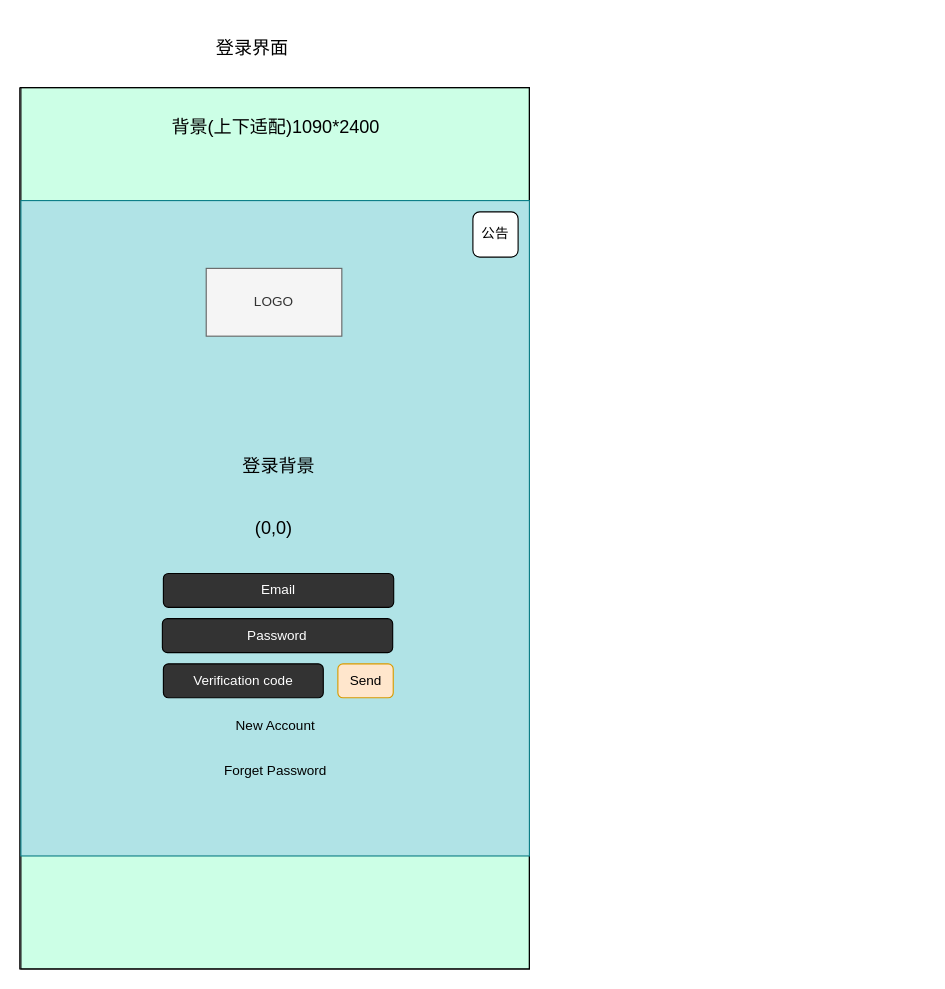
The draw.io diagram page "登录界面" (10 of 11) of Untitled Diagram.drawio in 605682883/flowPhoto, before the edit. Source tidied: cells renumbered, new cells numbered last; positions are measured from the earlier drawing's top-left corner, leaving out a move shared by most shapes. Both pictures are drawn from the tidied source at 113%, with x=0, y=0 at pixel (19, 19).
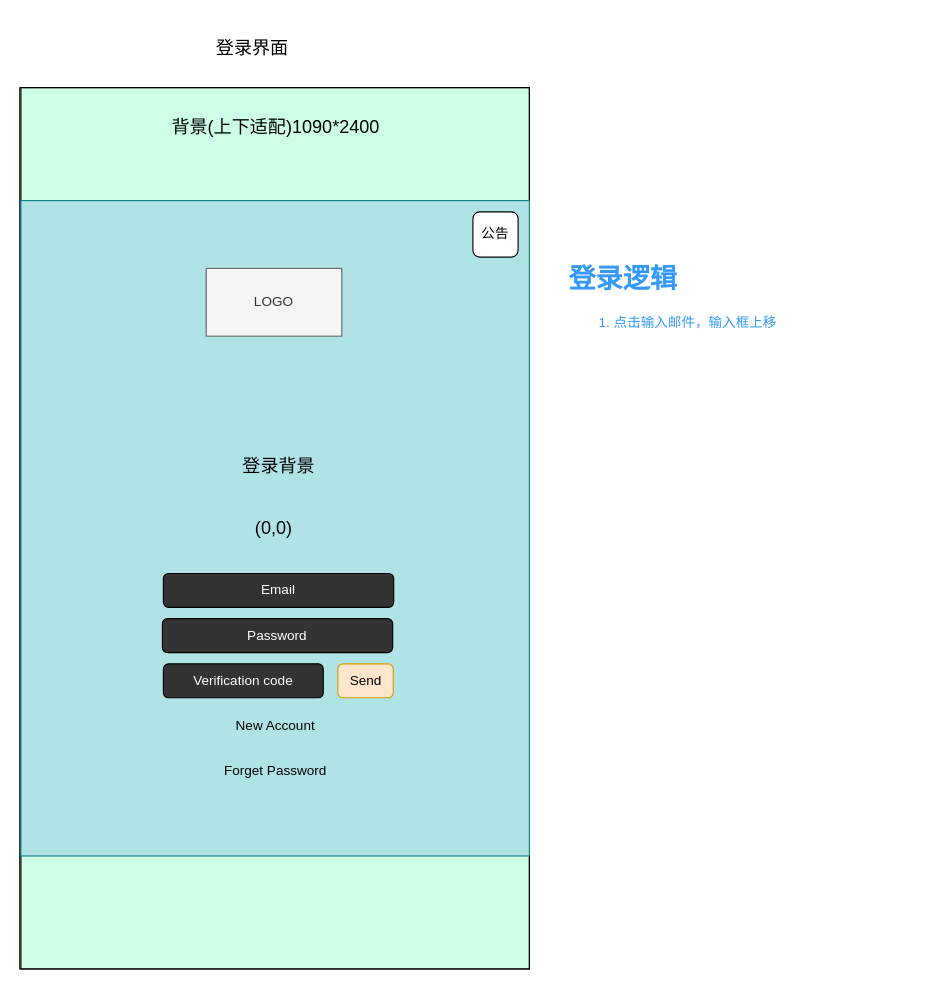
The same diagram, later.

Diff of the diagram source:
```diff
@@
 <mxGraphModel>
   <root>
     <mxCell id="0" />
     <mxCell id="1" parent="0" />
     <mxCell id="2" style="rounded=0;whiteSpace=wrap;html=1;fontSize=16;fillColor=#CCFFE6;" parent="1" vertex="1">
       <mxGeometry x="1" y="60" width="450" height="780" as="geometry" />
     </mxCell>
     <mxCell id="3" value="登录界面" style="text;html=1;strokeColor=none;fillColor=none;align=center;verticalAlign=middle;whiteSpace=wrap;rounded=0;fontSize=16;" parent="1" vertex="1">
       <mxGeometry x="51" width="310" height="50" as="geometry" />
     </mxCell>
     <mxCell id="4" style="swimlane;startSize=0;fontSize=16;" parent="1" vertex="1">
       <mxGeometry y="60" width="451" height="780" as="geometry" />
     </mxCell>
     <mxCell id="5" value="&amp;nbsp;背景(上下适配)1090*2400" style="text;html=1;strokeColor=none;fillColor=none;align=center;verticalAlign=middle;whiteSpace=wrap;rounded=0;fontSize=16;" parent="4" vertex="1">
       <mxGeometry x="120" y="20" width="209" height="30" as="geometry" />
     </mxCell>
     <mxCell id="6" style="rounded=0;whiteSpace=wrap;html=1;fontSize=16;fillColor=#b0e3e6;strokeColor=#0e8088;" parent="4" vertex="1">
       <mxGeometry x="1" y="100" width="450" height="580" as="geometry" />
     </mxCell>
     <mxCell id="7" value="登录背景" style="text;html=1;strokeColor=none;fillColor=none;align=center;verticalAlign=middle;whiteSpace=wrap;rounded=0;fontSize=16;" parent="4" vertex="1">
       <mxGeometry x="171.8" y="320" width="114.5" height="30" as="geometry" />
     </mxCell>
     <mxCell id="8" value="LOGO" style="rounded=0;whiteSpace=wrap;html=1;fillColor=#f5f5f5;fontColor=#333333;strokeColor=#666666;" parent="4" vertex="1">
       <mxGeometry x="165" y="160" width="120" height="60" as="geometry" />
     </mxCell>
     <mxCell id="9" value="公告" style="rounded=1;whiteSpace=wrap;html=1;" parent="4" vertex="1">
       <mxGeometry x="401" y="110" width="40" height="40" as="geometry" />
     </mxCell>
     <mxCell id="10" value="&lt;font color=&quot;#ffffff&quot;&gt;Email&lt;/font&gt;" style="rounded=1;whiteSpace=wrap;html=1;fillColor=#333333;" parent="4" vertex="1">
       <mxGeometry x="127.1" y="430" width="203.8" height="30" as="geometry" />
     </mxCell>
     <mxCell id="11" value="&lt;font color=&quot;#ffffff&quot;&gt;Password&lt;/font&gt;" style="rounded=1;whiteSpace=wrap;html=1;fillColor=#333333;" parent="4" vertex="1">
       <mxGeometry x="126.2" y="470" width="203.8" height="30" as="geometry" />
     </mxCell>
     <mxCell id="12" value="&lt;font color=&quot;#ffffff&quot;&gt;Verification code&lt;/font&gt;" style="rounded=1;whiteSpace=wrap;html=1;fillColor=#333333;" parent="4" vertex="1">
       <mxGeometry x="127.1" y="510" width="141.5" height="30" as="geometry" />
     </mxCell>
     <mxCell id="13" value="Send" style="rounded=1;whiteSpace=wrap;html=1;fillColor=#ffe6cc;strokeColor=#d79b00;" parent="4" vertex="1">
       <mxGeometry x="281.5" y="510" width="49" height="30" as="geometry" />
     </mxCell>
     <mxCell id="14" value="New Account" style="text;html=1;strokeColor=none;fillColor=none;align=center;verticalAlign=middle;whiteSpace=wrap;rounded=0;labelBackgroundColor=none;fontColor=#000000;" parent="4" vertex="1">
       <mxGeometry x="171" y="550" width="110.5" height="30" as="geometry" />
     </mxCell>
     <mxCell id="15" value="Forget Password" style="text;html=1;strokeColor=none;fillColor=none;align=center;verticalAlign=middle;whiteSpace=wrap;rounded=0;labelBackgroundColor=none;fontColor=#000000;" parent="4" vertex="1">
       <mxGeometry x="170.5" y="590" width="110.5" height="30" as="geometry" />
     </mxCell>
     <mxCell id="16" value="(0,0)" style="text;html=1;strokeColor=none;fillColor=none;align=center;verticalAlign=middle;whiteSpace=wrap;rounded=0;fontSize=16;" parent="4" vertex="1">
       <mxGeometry x="175" y="375" width="100" height="30" as="geometry" />
     </mxCell>
+    <mxCell id="17" value="&lt;h1&gt;登录逻辑&lt;/h1&gt;&lt;p&gt;&lt;ol&gt;&lt;li&gt;点击输入邮件，输入框上移&lt;/li&gt;&lt;/ol&gt;&lt;/p&gt;" style="text;html=1;strokeColor=none;fillColor=none;spacing=5;spacingTop=-20;whiteSpace=wrap;overflow=hidden;rounded=0;labelBackgroundColor=none;fontColor=#3399FF;" parent="1" vertex="1">
+      <mxGeometry x="481" y="210" width="320" height="120" as="geometry" />
+    </mxCell>
   </root>
 </mxGraphModel>
```
